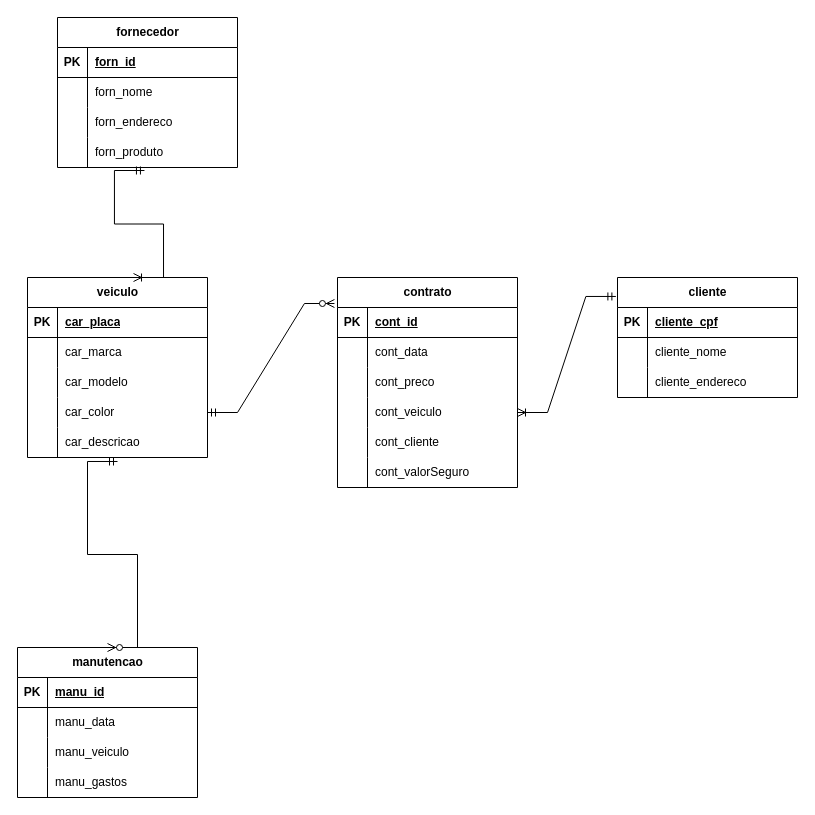
Earlier version of the draw.io diagram Exercicio_5.drawio (henrique-furtado47/Banco-de-Dados-I-2025). Source tidied: cells renumbered, new cells numbered last; positions are measured from the earlier drawing's top-left corner, leaving out a move shared by most shapes. Both pictures are drawn from the tidied source at 100%, with x=0, y=0 at pixel (17, 17).
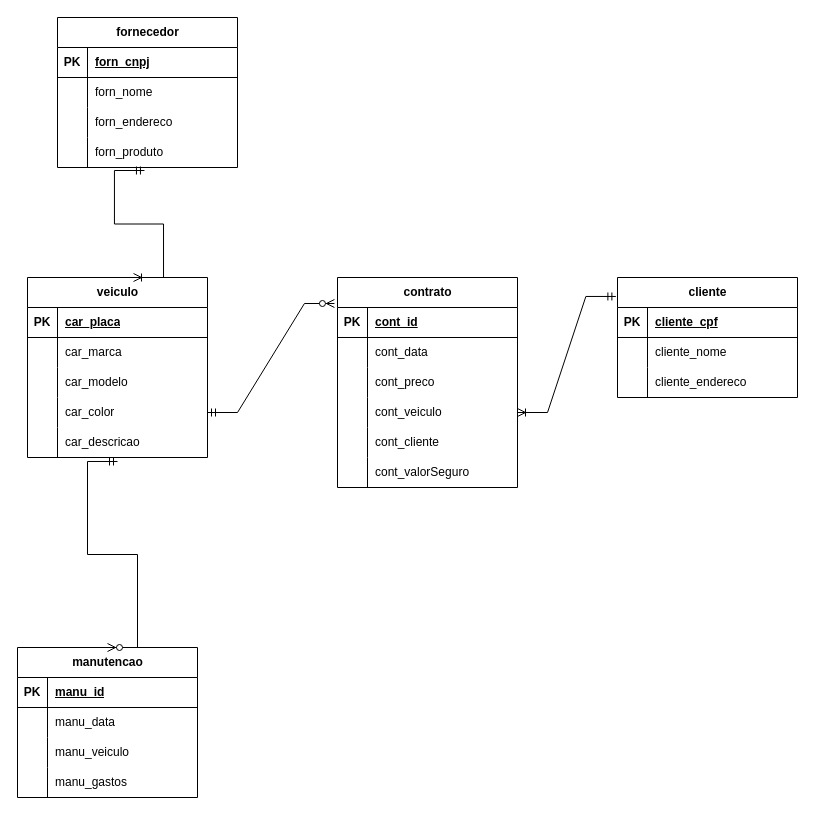
After the change.

Unchanged cells that the change refers to:
```xml
<mxCell id="38" style="shape=tableRow;horizontal=0;startSize=0;swimlaneHead=0;swimlaneBody=0;fillColor=none;top=0;left=0;right=0;bottom=1;" parent="37" vertex="1">
  <mxGeometry y="30" width="180" height="30" as="geometry" />
</mxCell>
```

Diff of the diagram source:
```diff
@@
-    <mxCell id="40" value="forn_id" style="shape=partialRectangle;fillColor=none;top=0;left=0;bottom=0;right=0;align=left;spacingLeft=6;fontStyle=5;overflow=hidden;whiteSpace=wrap;html=1;" parent="38" vertex="1">
+    <mxCell id="40" value="&lt;div&gt;forn_cnpj&lt;/div&gt;" style="shape=partialRectangle;fillColor=none;top=0;left=0;bottom=0;right=0;align=left;spacingLeft=6;fontStyle=5;overflow=hidden;whiteSpace=wrap;html=1;" parent="38" vertex="1">
       <mxGeometry x="30" width="150" height="30" as="geometry" />
     </mxCell>
```
